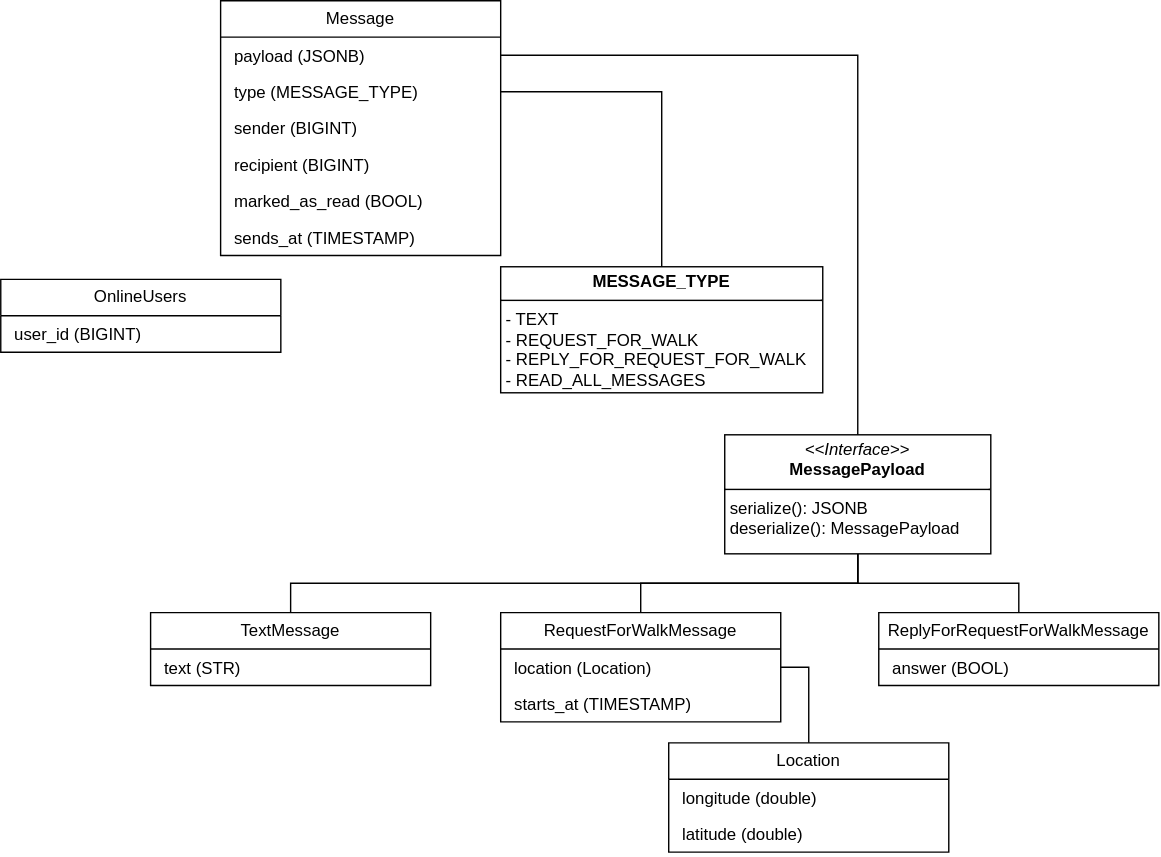
This is doc/img/domain_model.drawio.svg from ru-random-walk/chat-service, a draw.io export, as it was before one commit. Source tidied: cells renumbered, new cells last; positions are measured from the earlier drawing's top-left corner, leaving out a move shared by most shapes.
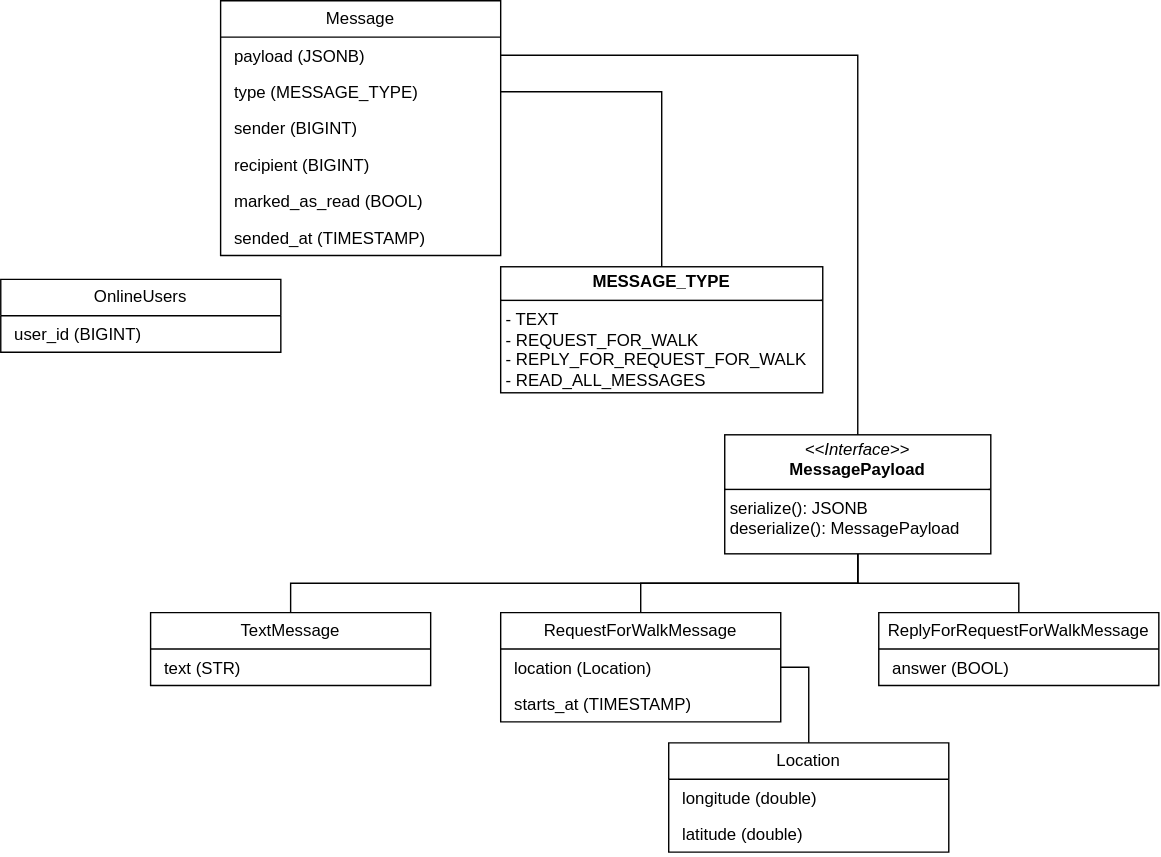
After the change.

Commit message:
RANDOMWALK-7: fix spelling

Diff of the diagram source:
```diff
@@ -20,7 +20,7 @@
     <mxCell id="7" value="&lt;p style=&quot;margin: 0px 0px 0px 4px;&quot;&gt;marked_as_read (BOOL)&lt;/p&gt;" style="text;strokeColor=none;fillColor=none;align=left;verticalAlign=top;spacingLeft=4;spacingRight=4;overflow=hidden;whiteSpace=wrap;html=1;" parent="2" vertex="1">
       <mxGeometry y="130" width="200" height="26" as="geometry" />
     </mxCell>
-    <mxCell id="8" value="&lt;p style=&quot;margin: 0px 0px 0px 4px;&quot;&gt;sends_at (TIMESTAMP)&lt;/p&gt;" style="text;strokeColor=none;fillColor=none;align=left;verticalAlign=top;spacingLeft=4;spacingRight=4;overflow=hidden;whiteSpace=wrap;html=1;" parent="2" vertex="1">
+    <mxCell id="8" value="&lt;p style=&quot;margin: 0px 0px 0px 4px;&quot;&gt;sended_at (TIMESTAMP)&lt;/p&gt;" style="text;strokeColor=none;fillColor=none;align=left;verticalAlign=top;spacingLeft=4;spacingRight=4;overflow=hidden;whiteSpace=wrap;html=1;" parent="2" vertex="1">
       <mxGeometry y="156" width="200" height="26" as="geometry" />
     </mxCell>
     <mxCell id="9" value="&lt;p style=&quot;margin:0px;margin-top:4px;text-align:center;&quot;&gt;&lt;b style=&quot;text-align: left;&quot;&gt;MESSAGE_TYPE&lt;/b&gt;&lt;br&gt;&lt;/p&gt;&lt;hr size=&quot;1&quot; style=&quot;border-style:solid;&quot;&gt;&lt;p style=&quot;margin:0px;margin-left:4px;&quot;&gt;- TEXT&lt;/p&gt;&lt;p style=&quot;margin:0px;margin-left:4px;&quot;&gt;- REQUEST_FOR_WALK&lt;/p&gt;&lt;p style=&quot;margin:0px;margin-left:4px;&quot;&gt;- REPLY_FOR_&lt;span style=&quot;background-color: initial;&quot;&gt;REQUEST_FOR_WALK&lt;br&gt;- READ_ALL_MESSAGES&lt;/span&gt;&lt;/p&gt;" style="verticalAlign=top;align=left;overflow=fill;html=1;whiteSpace=wrap;" parent="1" vertex="1">
```
